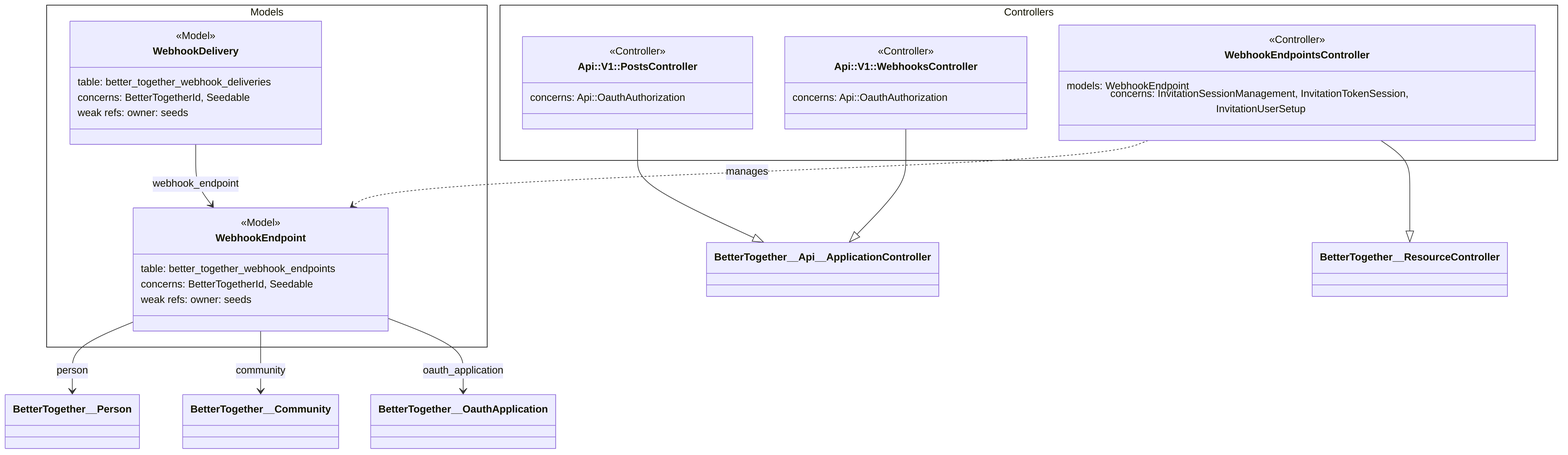
Above: docs/diagrams/exports/png/ce_integrations_webhooks_rails_layers.png in better-together-org/community-engine-rails (Mermaid), before the change. Its source is kept beside it as docs/diagrams/source/ce_integrations_webhooks_rails_layers.mmd.
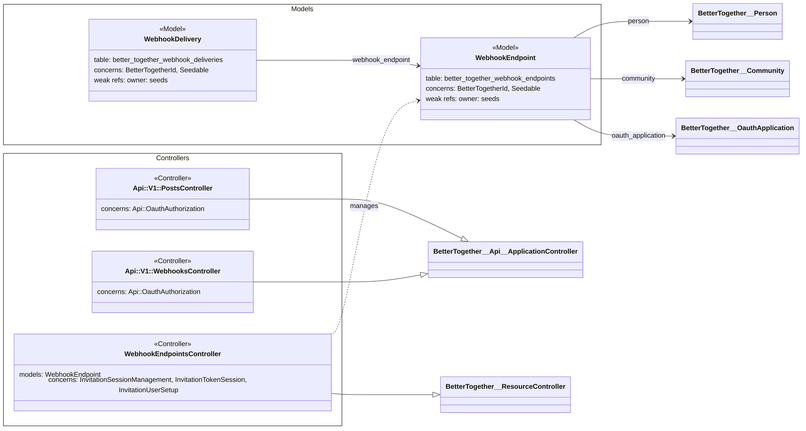
Later version of the same file.

Change to the diagram source:
```diff
@@ -1,5 +1,5 @@
 classDiagram
-  direction TB
+  direction LR
 
   namespace Controllers {
     class BetterTogether__Api__V1__PostsController["Api::V1::PostsController"] {
```
